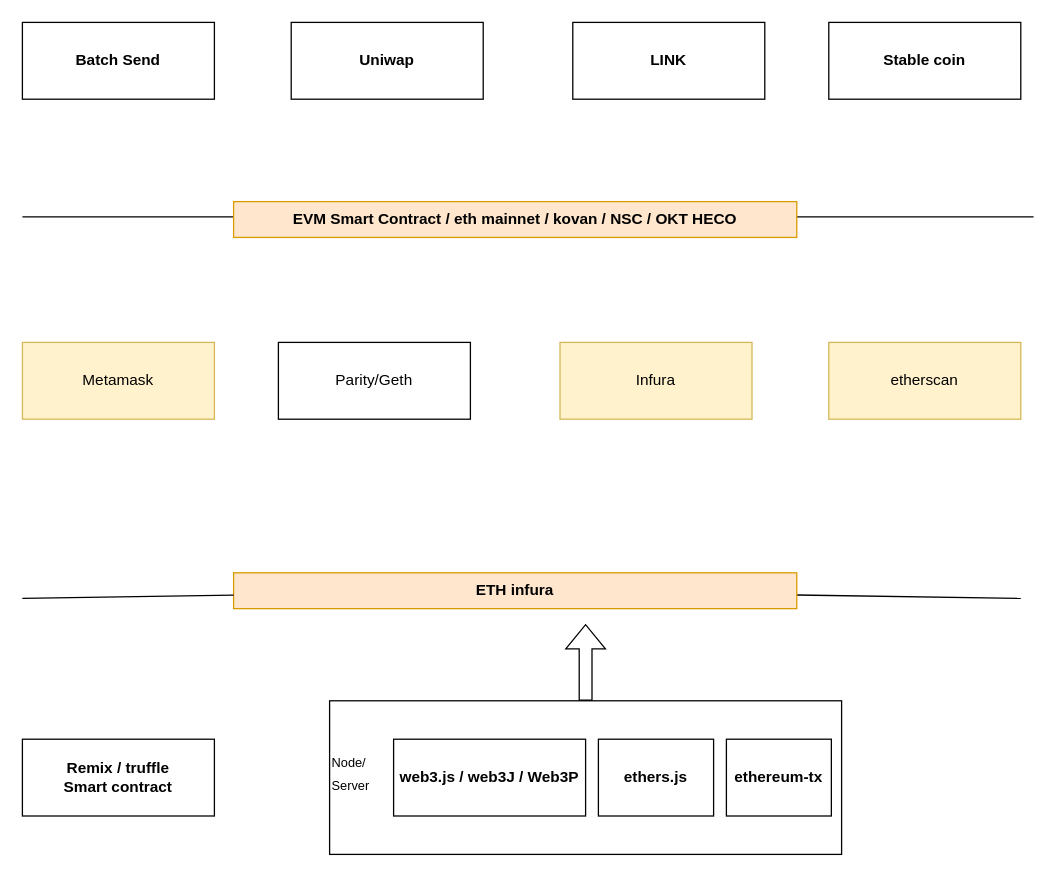
The draw.io diagram 01.Diagrams/BlockChain2022.drawio in shixinzhu/BlockChain-Notes, before the edit. Source tidied: cells renumbered, new cells numbered last; positions are measured from the earlier drawing's top-left corner, leaving out a move shared by most shapes. Both pictures are drawn from the tidied source at 128%, with x=0, y=0 at pixel (22, 22).
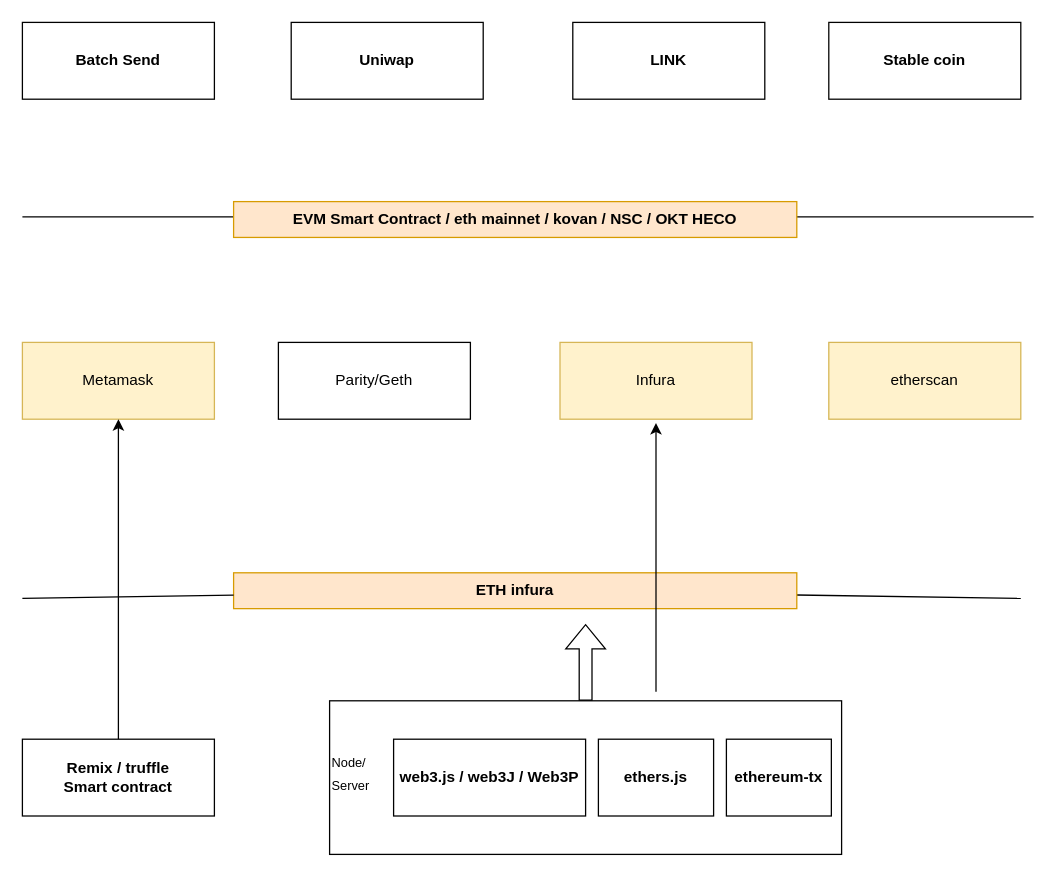
Above is the later version.

The change refers to these unchanged cells:
```xml
<mxCell id="8" value="Metamask" style="rounded=0;whiteSpace=wrap;html=1;fillColor=#fff2cc;strokeColor=#d6b656;" parent="1" vertex="1">
  <mxGeometry y="250" width="150" height="60" as="geometry" />
</mxCell>
<mxCell id="16" value="Remix / truffle&lt;br&gt;Smart contract" style="rounded=0;whiteSpace=wrap;html=1;labelBackgroundColor=none;fontSize=12;fontColor=#000000;fontStyle=1;" parent="1" vertex="1">
  <mxGeometry y="560" width="150" height="60" as="geometry" />
</mxCell>
```

The edit, as a diff of the source:
```diff
@@
+    <mxCell id="21" style="edgeStyle=orthogonalEdgeStyle;rounded=0;jettySize=auto;html=1;exitX=0.5;exitY=0;exitDx=0;exitDy=0;entryX=0.5;entryY=1;entryDx=0;entryDy=0;fontSize=12;fontColor=#000000;" parent="1" edge="1" source="16" target="8">
+      <mxGeometry relative="1" as="geometry" />
+    </mxCell>
@@
+    <mxCell id="22" style="endArrow=classic;html=1;rounded=0;fontSize=12;fontColor=#000000;entryX=0.5;entryY=1;entryDx=0;entryDy=0;" parent="1" edge="1">
+      <mxGeometry relative="1" as="geometry">
+        <mxPoint x="495" y="523" as="sourcePoint" />
+        <mxPoint x="495" y="313" as="targetPoint" />
+      </mxGeometry>
+    </mxCell>
```
